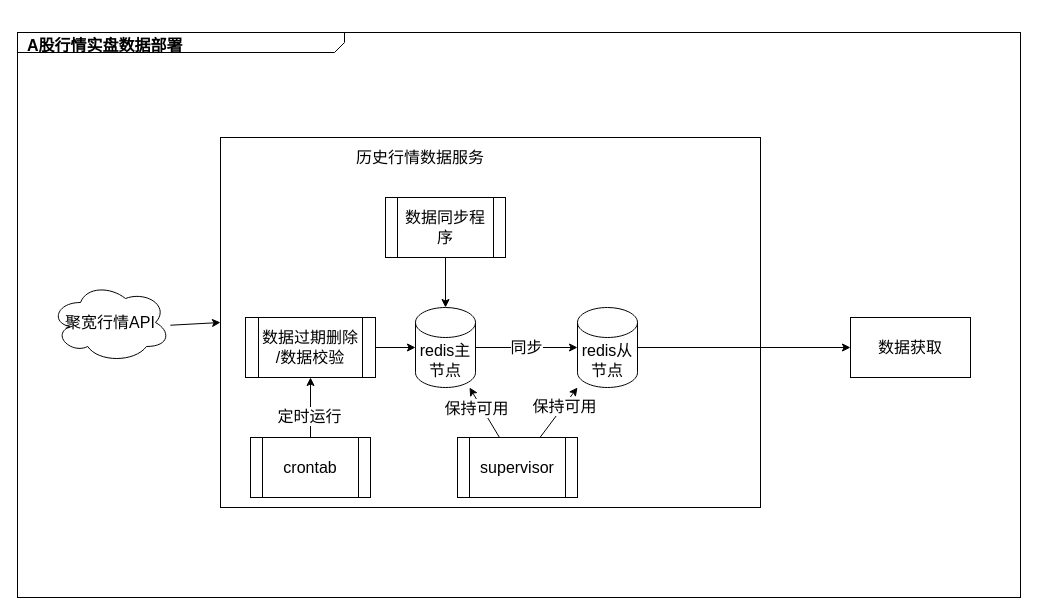
jayed008/notebook keeps this draw.io diagram as drawio/A股实盘数据.drawio. Above is the earlier version. Source tidied: cells renumbered, new cells numbered last; positions are measured from the earlier drawing's top-left corner, leaving out a move shared by most shapes. Both pictures are drawn from the tidied source at 100%, with x=0, y=0 at pixel (17, 32).
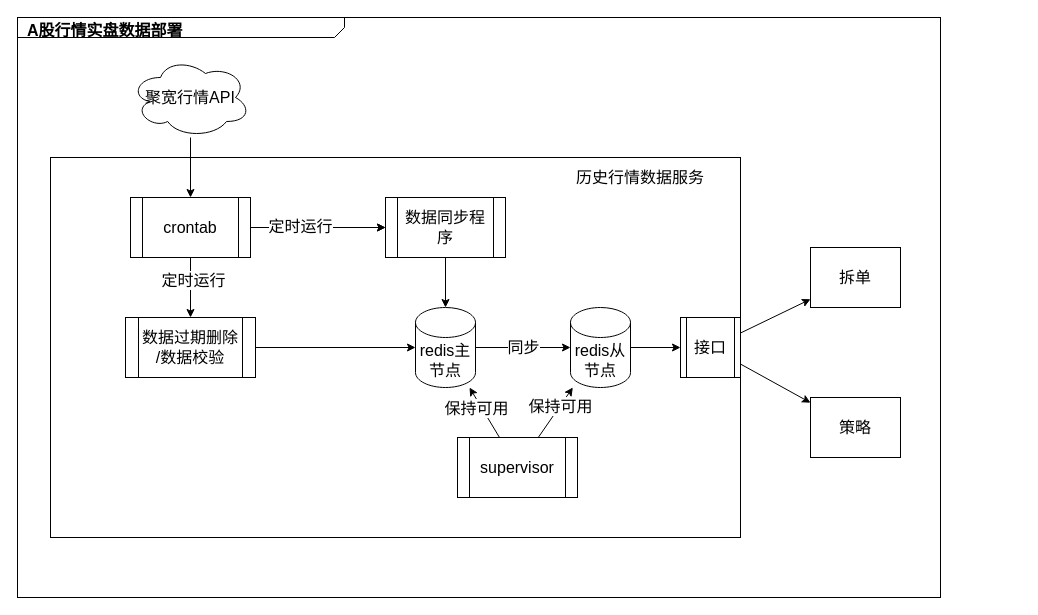
Above is the later version.

Commit message (it also covers changes not shown here):
Update A股实盘数据.drawio

The change refers to these unchanged cells:
```xml
<mxCell id="16" value="数据同步程序" style="shape=process;whiteSpace=wrap;html=1;backgroundOutline=1;fontSize=16;" parent="1" vertex="1">
  <mxGeometry x="368" y="165" width="120" height="60" as="geometry" />
</mxCell>
```

Change to the diagram source:
```diff
@@
     <mxCell id="2" value="&lt;p style=&quot;margin: 4px 0px 0px 10px; text-align: left; font-size: 16px;&quot;&gt;&lt;b style=&quot;font-size: 16px;&quot;&gt;A股行情实盘数据部署&lt;/b&gt;&lt;/p&gt;" style="html=1;strokeWidth=1;shape=mxgraph.sysml.package;html=1;overflow=fill;whiteSpace=wrap;fillColor=none;gradientColor=none;fontSize=16;align=center;labelX=327.64;" parent="1" vertex="1">
-      <mxGeometry width="1003" height="565" as="geometry" />
+      <mxGeometry y="-15" width="923" height="580" as="geometry" />
     </mxCell>
     <mxCell id="3" style="rounded=0;whiteSpace=wrap;html=1;fontSize=16;labelBorderColor=#000000;" parent="1" vertex="1">
-      <mxGeometry x="203" y="105" width="540" height="370" as="geometry" />
+      <mxGeometry x="33" y="125" width="690" height="380" as="geometry" />
     </mxCell>
@@
     <mxCell id="13" value="聚宽行情API" style="ellipse;shape=cloud;whiteSpace=wrap;html=1;fontSize=16;" parent="1" vertex="1">
-      <mxGeometry x="33" y="250" width="120" height="80" as="geometry" />
+      <mxGeometry x="113" y="25" width="120" height="80" as="geometry" />
     </mxCell>
-    <mxCell id="14" style="endArrow=classic;html=1;fontSize=16;" parent="1" edge="1" source="13" target="3">
+    <mxCell id="14" style="endArrow=classic;html=1;fontSize=16;" parent="1" edge="1" source="30" target="16">
       <mxGeometry relative="1" as="geometry" />
     </mxCell>
@@
     <mxCell id="17" value="数据过期删除&lt;br&gt;/数据校验" style="shape=process;whiteSpace=wrap;html=1;backgroundOutline=1;fontSize=16;" parent="1" vertex="1">
-      <mxGeometry x="228" y="285" width="130" height="60" as="geometry" />
+      <mxGeometry x="108" y="285" width="130" height="60" as="geometry" />
     </mxCell>
@@
     <mxCell id="20" value="历史行情数据服务" style="text;html=1;strokeColor=none;fillColor=none;align=center;verticalAlign=middle;whiteSpace=wrap;rounded=0;fontSize=16;" parent="1" vertex="1">
-      <mxGeometry x="333" y="115" width="140" height="20" as="geometry" />
+      <mxGeometry x="553" y="135" width="140" height="20" as="geometry" />
     </mxCell>
     <mxCell id="21" value="redis从节点" style="shape=cylinder3;whiteSpace=wrap;html=1;boundedLbl=1;backgroundOutline=1;size=15;fontSize=16;" parent="1" vertex="1">
-      <mxGeometry x="560" y="275" width="60" height="80" as="geometry" />
+      <mxGeometry x="553" y="275" width="60" height="80" as="geometry" />
     </mxCell>
@@
-    <mxCell id="28" value="数据获取" style="rounded=0;whiteSpace=wrap;html=1;fontSize=16;" parent="1" vertex="1">
-      <mxGeometry x="833" y="285" width="120" height="60" as="geometry" />
+    <mxCell id="28" value="策略" style="rounded=0;whiteSpace=wrap;html=1;fontSize=16;" parent="1" vertex="1">
+      <mxGeometry x="793" y="365" width="90" height="60" as="geometry" />
     </mxCell>
-    <mxCell id="29" style="endArrow=classic;html=1;fontSize=16;startArrow=none;startFill=0;" parent="1" edge="1" source="21" target="28">
-      <mxGeometry relative="1" as="geometry" />
-    </mxCell>
-    <mxCell id="30" value="crontab" style="shape=process;whiteSpace=wrap;html=1;backgroundOutline=1;fontSize=16;" parent="1" vertex="1">
-      <mxGeometry x="233" y="405" width="120" height="60" as="geometry" />
-    </mxCell>
@@
+    <mxCell id="33" value="拆单" style="rounded=0;whiteSpace=wrap;html=1;fontSize=16;" parent="1" vertex="1">
+      <mxGeometry x="793" y="215" width="90" height="60" as="geometry" />
+    </mxCell>
+    <mxCell id="34" value="接口" style="shape=process;whiteSpace=wrap;html=1;backgroundOutline=1;fontSize=16;" parent="1" vertex="1">
+      <mxGeometry x="663" y="285" width="60" height="60" as="geometry" />
+    </mxCell>
+    <mxCell id="35" style="endArrow=classic;html=1;fontSize=16;" parent="1" edge="1" source="21" target="34">
+      <mxGeometry relative="1" as="geometry" />
+    </mxCell>
+    <mxCell id="36" style="endArrow=classic;html=1;fontSize=16;" parent="1" edge="1" source="34" target="33">
+      <mxGeometry relative="1" as="geometry" />
+    </mxCell>
+    <mxCell id="37" style="endArrow=classic;html=1;fontSize=16;" parent="1" edge="1" source="34" target="28">
+      <mxGeometry relative="1" as="geometry" />
+    </mxCell>
+    <mxCell id="38" style="endArrow=classic;html=1;fontSize=16;" parent="1" edge="1" source="30" target="16">
+      <mxGeometry relative="1" as="geometry" />
+    </mxCell>
+    <mxCell id="39" value="定时运行" style="edgeLabel;html=1;align=center;verticalAlign=middle;fontSize=16;" parent="38" vertex="1">
+      <mxGeometry x="-0.27" y="2" relative="1" as="geometry" />
+    </mxCell>
+    <mxCell id="30" value="crontab" style="shape=process;whiteSpace=wrap;html=1;backgroundOutline=1;fontSize=16;" parent="1" vertex="1">
+      <mxGeometry x="113" y="165" width="120" height="60" as="geometry" />
+    </mxCell>
+    <mxCell id="40" style="endArrow=classic;html=1;fontSize=16;" parent="1" edge="1" source="13" target="30">
+      <mxGeometry relative="1" as="geometry" />
+    </mxCell>
```
